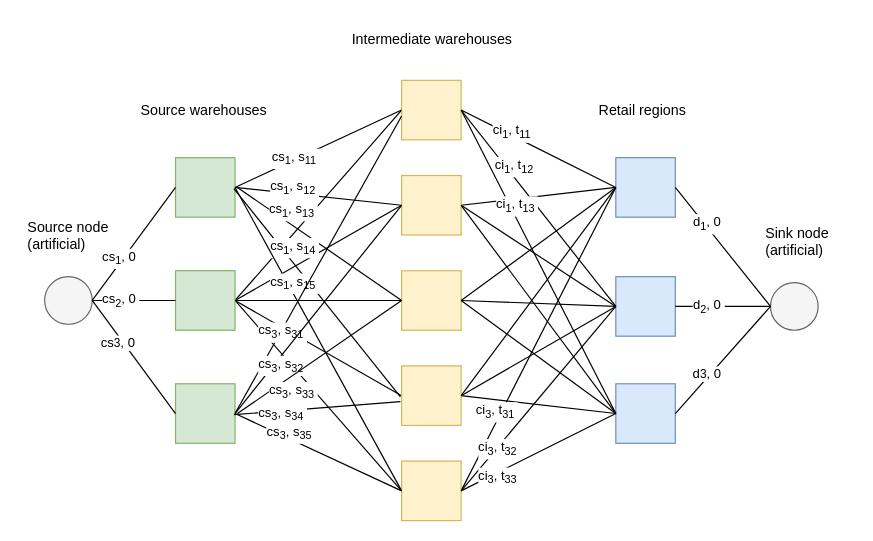
This is docs/source/MIP/solved/img/planet_express.drawio from ffraile/operations-research-notebooks, a draw.io file, before an edit. Source tidied: cells renumbered, new cells numbered last; positions are measured from the earlier drawing's top-left corner, leaving out a move shared by most shapes. Both pictures are drawn from the tidied source at 119%, with x=0, y=0 at pixel (20, 20).
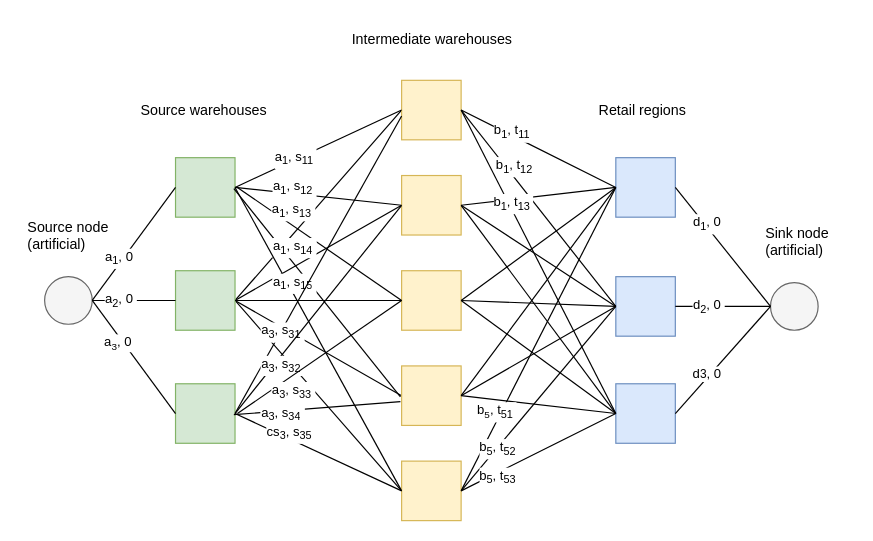
Above is the later version.

Commit message (it also covers changes not shown here):
Fixed Planet Express Delivery problems

The change refers to these unchanged cells:
```xml
<mxCell id="7" style="whiteSpace=wrap;html=1;fillColor=#d5e8d4;strokeColor=#82b366;" parent="1" vertex="1">
  <mxGeometry x="130" y="115" width="50" height="50" as="geometry" />
</mxCell>
<mxCell id="10" style="whiteSpace=wrap;html=1;fillColor=#fff2cc;strokeColor=#d6b656;" parent="1" vertex="1">
  <mxGeometry x="320" y="210" width="50" height="50" as="geometry" />
</mxCell>
<mxCell id="12" style="whiteSpace=wrap;html=1;fillColor=#fff2cc;strokeColor=#d6b656;" parent="1" vertex="1">
  <mxGeometry x="320" y="370" width="50" height="50" as="geometry" />
</mxCell>
<mxCell id="16" style="endArrow=none;html=1;rounded=0;exitX=1;exitY=0.5;exitDx=0;exitDy=0;entryX=0;entryY=0.5;entryDx=0;entryDy=0;startSize=2;endFill=0;" parent="1" edge="1" source="7" target="8">
  <mxGeometry relative="1" as="geometry" />
</mxCell>
<mxCell id="18" style="endArrow=none;html=1;rounded=0;entryX=0;entryY=0.5;entryDx=0;entryDy=0;startSize=2;endFill=0;" parent="1" edge="1" target="9">
  <mxGeometry relative="1" as="geometry">
    <mxPoint x="180" y="140" as="sourcePoint" />
  </mxGeometry>
</mxCell>
<mxCell id="26" style="endArrow=none;html=1;rounded=0;exitX=1;exitY=0.5;exitDx=0;exitDy=0;startSize=2;endFill=0;" parent="1" edge="1" source="25">
  <mxGeometry relative="1" as="geometry">
    <mxPoint x="320" y="80" as="targetPoint" />
  </mxGeometry>
</mxCell>
<mxCell id="28" style="endArrow=none;html=1;rounded=0;entryX=0;entryY=0.5;entryDx=0;entryDy=0;startSize=2;endFill=0;" parent="1" edge="1" target="9">
  <mxGeometry relative="1" as="geometry">
    <mxPoint x="180" y="330" as="sourcePoint" />
  </mxGeometry>
</mxCell>
<mxCell id="33" style="endArrow=none;html=1;rounded=0;entryX=0;entryY=0.5;entryDx=0;entryDy=0;exitX=1;exitY=0.5;exitDx=0;exitDy=0;startSize=2;endFill=0;" parent="1" edge="1" source="8" target="13">
  <mxGeometry relative="1" as="geometry" />
</mxCell>
<mxCell id="35" style="endArrow=none;html=1;rounded=0;entryX=0;entryY=0.5;entryDx=0;entryDy=0;exitX=1;exitY=0.5;exitDx=0;exitDy=0;startSize=2;endFill=0;" parent="1" edge="1" source="8" target="14">
  <mxGeometry relative="1" as="geometry" />
</mxCell>
<mxCell id="47" style="endArrow=none;html=1;rounded=0;entryX=0;entryY=0.5;entryDx=0;entryDy=0;exitX=1;exitY=0.5;exitDx=0;exitDy=0;startSize=2;endFill=0;" parent="1" edge="1" target="13">
  <mxGeometry relative="1" as="geometry">
    <mxPoint x="370" y="395" as="sourcePoint" />
  </mxGeometry>
</mxCell>
<mxCell id="49" style="endArrow=none;html=1;rounded=0;entryX=0;entryY=0.5;entryDx=0;entryDy=0;exitX=1;exitY=0.5;exitDx=0;exitDy=0;startSize=2;endFill=0;" parent="1" edge="1" target="14">
  <mxGeometry relative="1" as="geometry">
    <mxPoint x="370" y="395" as="sourcePoint" />
  </mxGeometry>
</mxCell>
<mxCell id="51" style="endArrow=none;html=1;rounded=0;entryX=0;entryY=0.5;entryDx=0;entryDy=0;exitX=1;exitY=0.5;exitDx=0;exitDy=0;startSize=2;endFill=0;" parent="1" edge="1" target="15">
  <mxGeometry relative="1" as="geometry">
    <mxPoint x="370" y="395" as="sourcePoint" />
  </mxGeometry>
</mxCell>
<mxCell id="56" style="endArrow=none;html=1;rounded=0;exitX=1;exitY=0.5;exitDx=0;exitDy=0;entryX=0;entryY=0.5;entryDx=0;entryDy=0;startSize=2;endFill=0;" parent="1" edge="1" source="55" target="7">
  <mxGeometry relative="1" as="geometry" />
</mxCell>
<mxCell id="58" style="endArrow=none;html=1;rounded=0;exitX=1;exitY=0.5;exitDx=0;exitDy=0;entryX=0;entryY=0.5;entryDx=0;entryDy=0;startSize=2;endFill=0;" parent="1" edge="1" source="55" target="23">
  <mxGeometry relative="1" as="geometry" />
</mxCell>
<mxCell id="60" style="endArrow=none;html=1;rounded=0;exitX=1;exitY=0.5;exitDx=0;exitDy=0;entryX=0;entryY=0.5;entryDx=0;entryDy=0;startSize=2;endFill=0;" parent="1" edge="1" source="55" target="25">
  <mxGeometry relative="1" as="geometry" />
</mxCell>
```

The edit, as a diff of the source:
```diff
@@
-    <mxCell id="17" value="cs&lt;sub&gt;1&lt;/sub&gt;, s&lt;sub&gt;11&lt;/sub&gt;&amp;nbsp;" style="edgeLabel;html=1;align=center;verticalAlign=middle;endArrow=none;rounded=0;strokeColor=default;startSize=2;endFill=0;" parent="16" vertex="1">
+    <mxCell id="17" value="a&lt;sub&gt;1&lt;/sub&gt;, s&lt;sub&gt;11&lt;/sub&gt;&amp;nbsp;" style="edgeLabel;html=1;align=center;verticalAlign=middle;endArrow=none;rounded=0;strokeColor=default;startSize=2;endFill=0;" parent="16" vertex="1">
       <mxGeometry x="-0.25" y="-1" relative="1" as="geometry">
         <mxPoint x="-3" y="-1" as="offset" />
       </mxGeometry>
     </mxCell>
@@
-    <mxCell id="19" value="cs&lt;sub&gt;1&lt;/sub&gt;, s&lt;sub&gt;12&lt;/sub&gt;&amp;nbsp;" style="edgeLabel;html=1;align=center;verticalAlign=middle;endArrow=none;rounded=0;strokeColor=default;startSize=2;endFill=0;" parent="18" vertex="1">
+    <mxCell id="19" value="a&lt;sub&gt;1&lt;/sub&gt;, s&lt;sub&gt;12&lt;/sub&gt;&amp;nbsp;" style="edgeLabel;html=1;align=center;verticalAlign=middle;endArrow=none;rounded=0;strokeColor=default;startSize=2;endFill=0;" parent="18" vertex="1">
       <mxGeometry x="-0.17" y="-2" relative="1" as="geometry">
         <mxPoint x="-8" y="-8" as="offset" />
       </mxGeometry>
     </mxCell>
-    <mxCell id="20" value="cs&lt;sub&gt;1&lt;/sub&gt;, s&lt;sub&gt;13&lt;/sub&gt;&amp;nbsp;" style="endArrow=none;html=1;rounded=0;entryX=0;entryY=0.5;entryDx=0;entryDy=0;startSize=2;endFill=0;" parent="1" edge="1" target="10">
+    <mxCell id="20" value="a&lt;sub&gt;1&lt;/sub&gt;, s&lt;sub&gt;13&lt;/sub&gt;&amp;nbsp;" style="endArrow=none;html=1;rounded=0;entryX=0;entryY=0.5;entryDx=0;entryDy=0;startSize=2;endFill=0;" parent="1" edge="1" target="10">
       <mxGeometry x="-0.4" y="10" relative="1" as="geometry">
         <mxPoint x="182" y="140" as="sourcePoint" />
       </mxGeometry>
     </mxCell>
-    <mxCell id="21" value="&lt;span style=&quot;color: rgb(0 , 0 , 0) ; font-family: &amp;#34;helvetica&amp;#34; ; font-size: 11px ; font-style: normal ; font-weight: 400 ; letter-spacing: normal ; text-align: center ; text-indent: 0px ; text-transform: none ; word-spacing: 0px ; background-color: rgb(255 , 255 , 255) ; display: inline ; float: none&quot;&gt;cs&lt;/span&gt;&lt;sub style=&quot;color: rgb(0 , 0 , 0) ; font-family: &amp;#34;helvetica&amp;#34; ; font-style: normal ; font-weight: 400 ; letter-spacing: normal ; text-align: center ; text-indent: 0px ; text-transform: none ; word-spacing: 0px&quot;&gt;1&lt;/sub&gt;&lt;span style=&quot;color: rgb(0 , 0 , 0) ; font-family: &amp;#34;helvetica&amp;#34; ; font-size: 11px ; font-style: normal ; font-weight: 400 ; letter-spacing: normal ; text-align: center ; text-indent: 0px ; text-transform: none ; word-spacing: 0px ; background-color: rgb(255 , 255 , 255) ; display: inline ; float: none&quot;&gt;, s&lt;/span&gt;&lt;sub style=&quot;color: rgb(0 , 0 , 0) ; font-family: &amp;#34;helvetica&amp;#34; ; font-style: normal ; font-weight: 400 ; letter-spacing: normal ; text-align: center ; text-indent: 0px ; text-transform: none ; word-spacing: 0px&quot;&gt;14&lt;/sub&gt;&lt;span style=&quot;color: rgb(0 , 0 , 0) ; font-family: &amp;#34;helvetica&amp;#34; ; font-size: 11px ; font-style: normal ; font-weight: 400 ; letter-spacing: normal ; text-align: center ; text-indent: 0px ; text-transform: none ; word-spacing: 0px ; background-color: rgb(255 , 255 , 255) ; display: inline ; float: none&quot;&gt;&amp;nbsp;&lt;/span&gt;" style="endArrow=none;html=1;rounded=0;entryX=0;entryY=0.5;entryDx=0;entryDy=0;exitX=1;exitY=0.5;exitDx=0;exitDy=0;startSize=2;endFill=0;" parent="1" edge="1">
+    <mxCell id="21" value="&lt;span style=&quot;color: rgb(0 , 0 , 0) ; font-family: &amp;quot;helvetica&amp;quot; ; font-size: 11px ; font-style: normal ; font-weight: 400 ; letter-spacing: normal ; text-align: center ; text-indent: 0px ; text-transform: none ; word-spacing: 0px ; background-color: rgb(255 , 255 , 255) ; display: inline ; float: none&quot;&gt;a&lt;/span&gt;&lt;sub style=&quot;color: rgb(0 , 0 , 0) ; font-family: &amp;quot;helvetica&amp;quot; ; font-style: normal ; font-weight: 400 ; letter-spacing: normal ; text-align: center ; text-indent: 0px ; text-transform: none ; word-spacing: 0px&quot;&gt;1&lt;/sub&gt;&lt;span style=&quot;color: rgb(0 , 0 , 0) ; font-family: &amp;quot;helvetica&amp;quot; ; font-size: 11px ; font-style: normal ; font-weight: 400 ; letter-spacing: normal ; text-align: center ; text-indent: 0px ; text-transform: none ; word-spacing: 0px ; background-color: rgb(255 , 255 , 255) ; display: inline ; float: none&quot;&gt;, s&lt;/span&gt;&lt;sub style=&quot;color: rgb(0 , 0 , 0) ; font-family: &amp;quot;helvetica&amp;quot; ; font-style: normal ; font-weight: 400 ; letter-spacing: normal ; text-align: center ; text-indent: 0px ; text-transform: none ; word-spacing: 0px&quot;&gt;14&lt;/sub&gt;&lt;span style=&quot;color: rgb(0 , 0 , 0) ; font-family: &amp;quot;helvetica&amp;quot; ; font-size: 11px ; font-style: normal ; font-weight: 400 ; letter-spacing: normal ; text-align: center ; text-indent: 0px ; text-transform: none ; word-spacing: 0px ; background-color: rgb(255 , 255 , 255) ; display: inline ; float: none&quot;&gt;&amp;nbsp;&lt;/span&gt;" style="endArrow=none;html=1;rounded=0;entryX=0;entryY=0.5;entryDx=0;entryDy=0;exitX=1;exitY=0.5;exitDx=0;exitDy=0;startSize=2;endFill=0;" parent="1" edge="1">
       <mxGeometry x="-0.37" y="9" relative="1" as="geometry">
         <mxPoint x="179" y="141" as="sourcePoint" />
         <mxPoint x="319" y="316" as="targetPoint" />
       </mxGeometry>
     </mxCell>
-    <mxCell id="22" value="&lt;span style=&quot;color: rgb(0 , 0 , 0) ; font-family: &amp;#34;helvetica&amp;#34; ; font-size: 11px ; font-style: normal ; font-weight: 400 ; letter-spacing: normal ; text-align: center ; text-indent: 0px ; text-transform: none ; word-spacing: 0px ; background-color: rgb(255 , 255 , 255) ; display: inline ; float: none&quot;&gt;cs&lt;/span&gt;&lt;sub style=&quot;color: rgb(0 , 0 , 0) ; font-family: &amp;#34;helvetica&amp;#34; ; font-style: normal ; font-weight: 400 ; letter-spacing: normal ; text-align: center ; text-indent: 0px ; text-transform: none ; word-spacing: 0px&quot;&gt;1&lt;/sub&gt;&lt;span style=&quot;color: rgb(0 , 0 , 0) ; font-family: &amp;#34;helvetica&amp;#34; ; font-size: 11px ; font-style: normal ; font-weight: 400 ; letter-spacing: normal ; text-align: center ; text-indent: 0px ; text-transform: none ; word-spacing: 0px ; background-color: rgb(255 , 255 , 255) ; display: inline ; float: none&quot;&gt;, s&lt;/span&gt;&lt;sub style=&quot;color: rgb(0 , 0 , 0) ; font-family: &amp;#34;helvetica&amp;#34; ; font-style: normal ; font-weight: 400 ; letter-spacing: normal ; text-align: center ; text-indent: 0px ; text-transform: none ; word-spacing: 0px&quot;&gt;15&lt;/sub&gt;&lt;span style=&quot;color: rgb(0 , 0 , 0) ; font-family: &amp;#34;helvetica&amp;#34; ; font-size: 11px ; font-style: normal ; font-weight: 400 ; letter-spacing: normal ; text-align: center ; text-indent: 0px ; text-transform: none ; word-spacing: 0px ; background-color: rgb(255 , 255 , 255) ; display: inline ; float: none&quot;&gt;&amp;nbsp;&lt;/span&gt;" style="endArrow=none;html=1;rounded=0;entryX=0;entryY=0.5;entryDx=0;entryDy=0;exitX=1;exitY=0.5;exitDx=0;exitDy=0;startSize=2;endFill=0;" parent="1" edge="1" source="7" target="12">
+    <mxCell id="22" value="&lt;span style=&quot;color: rgb(0 , 0 , 0) ; font-family: &amp;quot;helvetica&amp;quot; ; font-size: 11px ; font-style: normal ; font-weight: 400 ; letter-spacing: normal ; text-align: center ; text-indent: 0px ; text-transform: none ; word-spacing: 0px ; background-color: rgb(255 , 255 , 255) ; display: inline ; float: none&quot;&gt;a&lt;/span&gt;&lt;sub style=&quot;color: rgb(0 , 0 , 0) ; font-family: &amp;quot;helvetica&amp;quot; ; font-style: normal ; font-weight: 400 ; letter-spacing: normal ; text-align: center ; text-indent: 0px ; text-transform: none ; word-spacing: 0px&quot;&gt;1&lt;/sub&gt;&lt;span style=&quot;color: rgb(0 , 0 , 0) ; font-family: &amp;quot;helvetica&amp;quot; ; font-size: 11px ; font-style: normal ; font-weight: 400 ; letter-spacing: normal ; text-align: center ; text-indent: 0px ; text-transform: none ; word-spacing: 0px ; background-color: rgb(255 , 255 , 255) ; display: inline ; float: none&quot;&gt;, s&lt;/span&gt;&lt;sub style=&quot;color: rgb(0 , 0 , 0) ; font-family: &amp;quot;helvetica&amp;quot; ; font-style: normal ; font-weight: 400 ; letter-spacing: normal ; text-align: center ; text-indent: 0px ; text-transform: none ; word-spacing: 0px&quot;&gt;15&lt;/sub&gt;&lt;span style=&quot;color: rgb(0 , 0 , 0) ; font-family: &amp;quot;helvetica&amp;quot; ; font-size: 11px ; font-style: normal ; font-weight: 400 ; letter-spacing: normal ; text-align: center ; text-indent: 0px ; text-transform: none ; word-spacing: 0px ; background-color: rgb(255 , 255 , 255) ; display: inline ; float: none&quot;&gt;&amp;nbsp;&lt;/span&gt;" style="endArrow=none;html=1;rounded=0;entryX=0;entryY=0.5;entryDx=0;entryDy=0;exitX=1;exitY=0.5;exitDx=0;exitDy=0;startSize=2;endFill=0;" parent="1" edge="1" source="7" target="12">
       <mxGeometry x="-0.35" y="5" relative="1" as="geometry" />
     </mxCell>
@@
-    <mxCell id="27" value="cs&lt;sub&gt;3&lt;/sub&gt;, s&lt;sub&gt;31&lt;/sub&gt;&amp;nbsp;" style="edgeLabel;html=1;align=center;verticalAlign=middle;endArrow=none;rounded=0;strokeColor=default;startSize=2;endFill=0;" parent="26" vertex="1">
+    <mxCell id="27" value="a&lt;sub&gt;3&lt;/sub&gt;, s&lt;sub&gt;31&lt;/sub&gt;&amp;nbsp;" style="edgeLabel;html=1;align=center;verticalAlign=middle;endArrow=none;rounded=0;strokeColor=default;startSize=2;endFill=0;" parent="26" vertex="1">
       <mxGeometry x="-0.25" y="-1" relative="1" as="geometry">
         <mxPoint x="-14" y="24" as="offset" />
       </mxGeometry>
     </mxCell>
@@
-    <mxCell id="29" value="cs&lt;sub&gt;3&lt;/sub&gt;, s&lt;sub&gt;32&lt;/sub&gt;&amp;nbsp;" style="edgeLabel;html=1;align=center;verticalAlign=middle;endArrow=none;rounded=0;strokeColor=default;startSize=2;endFill=0;" parent="28" vertex="1">
+    <mxCell id="29" value="a&lt;sub&gt;3&lt;/sub&gt;, s&lt;sub&gt;32&lt;/sub&gt;&amp;nbsp;" style="edgeLabel;html=1;align=center;verticalAlign=middle;endArrow=none;rounded=0;strokeColor=default;startSize=2;endFill=0;" parent="28" vertex="1">
       <mxGeometry x="-0.17" y="-2" relative="1" as="geometry">
         <mxPoint x="-20" y="31" as="offset" />
       </mxGeometry>
     </mxCell>
-    <mxCell id="30" value="cs&lt;sub&gt;3&lt;/sub&gt;, s&lt;sub&gt;33&lt;/sub&gt;&amp;nbsp;" style="endArrow=none;html=1;rounded=0;startSize=2;endFill=0;entryX=0;entryY=0.5;entryDx=0;entryDy=0;" parent="1" edge="1" target="10">
+    <mxCell id="30" value="a&lt;sub&gt;3&lt;/sub&gt;, s&lt;sub&gt;33&lt;/sub&gt;&amp;nbsp;" style="endArrow=none;html=1;rounded=0;startSize=2;endFill=0;entryX=0;entryY=0.5;entryDx=0;entryDy=0;" parent="1" edge="1" target="10">
       <mxGeometry x="-0.41" y="-12" relative="1" as="geometry">
         <mxPoint x="182" y="330" as="sourcePoint" />
       </mxGeometry>
     </mxCell>
-    <mxCell id="31" value="&lt;span style=&quot;color: rgb(0 , 0 , 0) ; font-family: &amp;#34;helvetica&amp;#34; ; font-style: normal ; font-weight: 400 ; letter-spacing: normal ; text-align: center ; text-indent: 0px ; text-transform: none ; word-spacing: 0px ; background-color: rgb(255 , 255 , 255) ; display: inline ; float: none ; font-size: 11px&quot;&gt;cs&lt;/span&gt;&lt;sub style=&quot;color: rgb(0 , 0 , 0) ; font-family: &amp;#34;helvetica&amp;#34; ; font-style: normal ; font-weight: 400 ; letter-spacing: normal ; text-align: center ; text-indent: 0px ; text-transform: none ; word-spacing: 0px&quot;&gt;3&lt;/sub&gt;&lt;span style=&quot;color: rgb(0 , 0 , 0) ; font-family: &amp;#34;helvetica&amp;#34; ; font-size: 11px ; font-style: normal ; font-weight: 400 ; letter-spacing: normal ; text-align: center ; text-indent: 0px ; text-transform: none ; word-spacing: 0px ; background-color: rgb(255 , 255 , 255) ; display: inline ; float: none&quot;&gt;, s&lt;/span&gt;&lt;sub style=&quot;color: rgb(0 , 0 , 0) ; font-family: &amp;#34;helvetica&amp;#34; ; font-style: normal ; font-weight: 400 ; letter-spacing: normal ; text-align: center ; text-indent: 0px ; text-transform: none ; word-spacing: 0px&quot;&gt;34&lt;/sub&gt;&lt;span style=&quot;color: rgb(0 , 0 , 0) ; font-family: &amp;#34;helvetica&amp;#34; ; font-size: 11px ; font-style: normal ; font-weight: 400 ; letter-spacing: normal ; text-align: center ; text-indent: 0px ; text-transform: none ; word-spacing: 0px ; background-color: rgb(255 , 255 , 255) ; display: inline ; float: none&quot;&gt;&amp;nbsp;&lt;/span&gt;" style="endArrow=none;html=1;rounded=0;exitX=1;exitY=0.5;exitDx=0;exitDy=0;startSize=2;endFill=0;" parent="1" edge="1">
+    <mxCell id="31" value="&lt;span style=&quot;color: rgb(0 , 0 , 0) ; font-family: &amp;quot;helvetica&amp;quot; ; font-style: normal ; font-weight: 400 ; letter-spacing: normal ; text-align: center ; text-indent: 0px ; text-transform: none ; word-spacing: 0px ; background-color: rgb(255 , 255 , 255) ; display: inline ; float: none ; font-size: 11px&quot;&gt;a&lt;/span&gt;&lt;sub style=&quot;color: rgb(0 , 0 , 0) ; font-family: &amp;quot;helvetica&amp;quot; ; font-style: normal ; font-weight: 400 ; letter-spacing: normal ; text-align: center ; text-indent: 0px ; text-transform: none ; word-spacing: 0px&quot;&gt;3&lt;/sub&gt;&lt;span style=&quot;color: rgb(0 , 0 , 0) ; font-family: &amp;quot;helvetica&amp;quot; ; font-size: 11px ; font-style: normal ; font-weight: 400 ; letter-spacing: normal ; text-align: center ; text-indent: 0px ; text-transform: none ; word-spacing: 0px ; background-color: rgb(255 , 255 , 255) ; display: inline ; float: none&quot;&gt;, s&lt;/span&gt;&lt;sub style=&quot;color: rgb(0 , 0 , 0) ; font-family: &amp;quot;helvetica&amp;quot; ; font-style: normal ; font-weight: 400 ; letter-spacing: normal ; text-align: center ; text-indent: 0px ; text-transform: none ; word-spacing: 0px&quot;&gt;34&lt;/sub&gt;&lt;span style=&quot;color: rgb(0 , 0 , 0) ; font-family: &amp;quot;helvetica&amp;quot; ; font-size: 11px ; font-style: normal ; font-weight: 400 ; letter-spacing: normal ; text-align: center ; text-indent: 0px ; text-transform: none ; word-spacing: 0px ; background-color: rgb(255 , 255 , 255) ; display: inline ; float: none&quot;&gt;&amp;nbsp;&lt;/span&gt;" style="endArrow=none;html=1;rounded=0;exitX=1;exitY=0.5;exitDx=0;exitDy=0;startSize=2;endFill=0;" parent="1" edge="1">
       <mxGeometry x="-0.42" y="-3" relative="1" as="geometry">
         <mxPoint x="179" y="331" as="sourcePoint" />
         <mxPoint x="319" y="320" as="targetPoint" />
       </mxGeometry>
     </mxCell>
@@
-    <mxCell id="34" value="ci&lt;sub&gt;1&lt;/sub&gt;, t&lt;sub&gt;11&lt;/sub&gt;&amp;nbsp;" style="edgeLabel;html=1;align=center;verticalAlign=middle;" parent="33" vertex="1">
+    <mxCell id="34" value="b&lt;sub&gt;1&lt;/sub&gt;, t&lt;sub&gt;11&lt;/sub&gt;&amp;nbsp;" style="edgeLabel;html=1;align=center;verticalAlign=middle;" parent="33" vertex="1">
       <mxGeometry x="-0.43" relative="1" as="geometry">
         <mxPoint x="7" as="offset" />
       </mxGeometry>
     </mxCell>
@@
-    <mxCell id="36" value="ci&lt;sub&gt;1&lt;/sub&gt;, t&lt;sub&gt;12&lt;/sub&gt;&amp;nbsp;" style="edgeLabel;html=1;align=center;verticalAlign=middle;" parent="35" vertex="1">
+    <mxCell id="36" value="b&lt;sub&gt;1&lt;/sub&gt;, t&lt;sub&gt;12&lt;/sub&gt;&amp;nbsp;" style="edgeLabel;html=1;align=center;verticalAlign=middle;" parent="35" vertex="1">
       <mxGeometry x="-0.41" y="2" relative="1" as="geometry">
         <mxPoint x="6" as="offset" />
       </mxGeometry>
     </mxCell>
@@
-    <mxCell id="48" value="ci&lt;sub&gt;3&lt;/sub&gt;, t&lt;sub&gt;31&lt;/sub&gt;&amp;nbsp;" style="edgeLabel;html=1;align=center;verticalAlign=middle;" parent="47" vertex="1">
+    <mxCell id="48" value="b&lt;font size=&quot;1&quot;&gt;&lt;sub&gt;5&lt;/sub&gt;&lt;/font&gt;, t&lt;sub&gt;51&lt;/sub&gt;&amp;nbsp;" style="edgeLabel;html=1;align=center;verticalAlign=middle;" parent="47" vertex="1">
       <mxGeometry x="-0.57" y="-2" relative="1" as="geometry">
         <mxPoint y="-12" as="offset" />
       </mxGeometry>
     </mxCell>
@@
-    <mxCell id="50" value="ci&lt;sub&gt;3&lt;/sub&gt;, t&lt;sub&gt;32&lt;/sub&gt;&amp;nbsp;" style="edgeLabel;html=1;align=center;verticalAlign=middle;" parent="49" vertex="1">
+    <mxCell id="50" value="b&lt;sub&gt;5&lt;/sub&gt;, t&lt;sub&gt;52&lt;/sub&gt;&amp;nbsp;" style="edgeLabel;html=1;align=center;verticalAlign=middle;" parent="49" vertex="1">
       <mxGeometry x="-0.41" y="-1" relative="1" as="geometry">
         <mxPoint x="-8" y="10" as="offset" />
       </mxGeometry>
     </mxCell>
@@
-    <mxCell id="52" value="ci&lt;sub&gt;3&lt;/sub&gt;, t&lt;sub&gt;33&lt;/sub&gt;&amp;nbsp;" style="edgeLabel;html=1;align=center;verticalAlign=middle;" parent="51" vertex="1">
+    <mxCell id="52" value="b&lt;sub&gt;5&lt;/sub&gt;, t&lt;sub&gt;53&lt;/sub&gt;&amp;nbsp;" style="edgeLabel;html=1;align=center;verticalAlign=middle;" parent="51" vertex="1">
       <mxGeometry x="-0.54" y="-2" relative="1" as="geometry">
         <mxPoint x="1" y="1" as="offset" />
       </mxGeometry>
     </mxCell>
-    <mxCell id="53" value="ci&lt;sub&gt;1&lt;/sub&gt;, t&lt;sub&gt;13&lt;/sub&gt;&amp;nbsp;" style="edgeLabel;html=1;align=center;verticalAlign=middle;" parent="1" vertex="1">
+    <mxCell id="53" value="b&lt;sub&gt;1&lt;/sub&gt;, t&lt;sub&gt;13&lt;/sub&gt;&amp;nbsp;" style="edgeLabel;html=1;align=center;verticalAlign=middle;" parent="1" vertex="1">
       <mxGeometry x="400" y="155" as="geometry">
-        <mxPoint x="16" as="offset" />
+        <mxPoint x="13" y="-2" as="offset" />
       </mxGeometry>
     </mxCell>
@@
-    <mxCell id="57" value="cs&lt;sub&gt;1&lt;/sub&gt;, 0&amp;nbsp;" style="edgeLabel;html=1;align=center;verticalAlign=middle;endArrow=none;rounded=0;strokeColor=default;startSize=2;endFill=0;" parent="56" vertex="1">
+    <mxCell id="57" value="a&lt;sub&gt;1&lt;/sub&gt;, 0&amp;nbsp;" style="edgeLabel;html=1;align=center;verticalAlign=middle;endArrow=none;rounded=0;strokeColor=default;startSize=2;endFill=0;" parent="56" vertex="1">
       <mxGeometry x="-0.25" y="-1" relative="1" as="geometry">
         <mxPoint x="-3" y="-1" as="offset" />
       </mxGeometry>
     </mxCell>
@@
-    <mxCell id="59" value="cs&lt;sub&gt;2&lt;/sub&gt;, 0&amp;nbsp;" style="edgeLabel;html=1;align=center;verticalAlign=middle;endArrow=none;rounded=0;strokeColor=default;startSize=2;endFill=0;" parent="58" vertex="1">
+    <mxCell id="59" value="a&lt;sub&gt;2&lt;/sub&gt;, 0&amp;nbsp;" style="edgeLabel;html=1;align=center;verticalAlign=middle;endArrow=none;rounded=0;strokeColor=default;startSize=2;endFill=0;" parent="58" vertex="1">
       <mxGeometry x="-0.25" y="-1" relative="1" as="geometry">
         <mxPoint x="-3" y="-1" as="offset" />
       </mxGeometry>
     </mxCell>
@@
-    <mxCell id="61" value="cs&lt;font size=&quot;1&quot;&gt;3&lt;/font&gt;, 0&amp;nbsp;" style="edgeLabel;html=1;align=center;verticalAlign=middle;endArrow=none;rounded=0;strokeColor=default;startSize=2;endFill=0;" parent="60" vertex="1">
+    <mxCell id="61" value="a&lt;font size=&quot;1&quot;&gt;&lt;sub&gt;3&lt;/sub&gt;&lt;/font&gt;, 0&amp;nbsp;" style="edgeLabel;html=1;align=center;verticalAlign=middle;endArrow=none;rounded=0;strokeColor=default;startSize=2;endFill=0;" parent="60" vertex="1">
       <mxGeometry x="-0.25" y="-1" relative="1" as="geometry">
         <mxPoint x="-3" y="-1" as="offset" />
       </mxGeometry>
     </mxCell>
```
